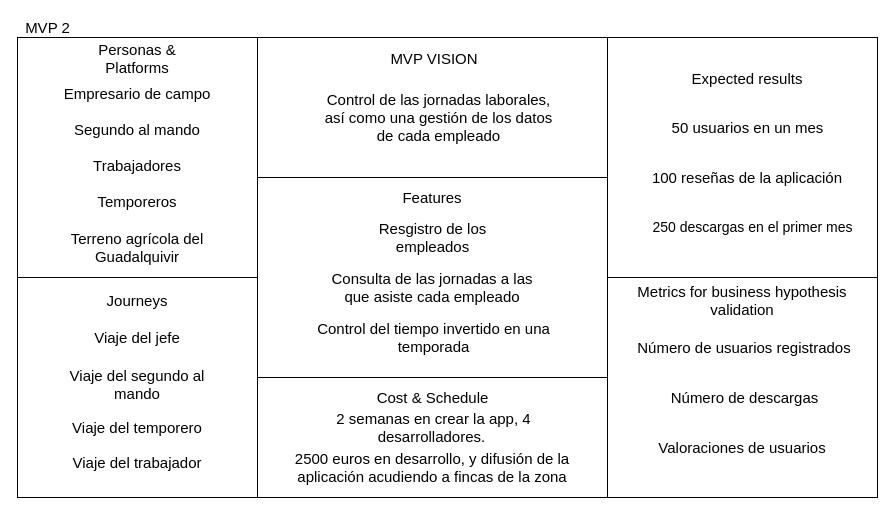
Above: Canvas MVP2.drawio in iarrans/psg1practicas (draw.io), before the change. Source tidied: cells renumbered, new cells numbered last; positions are measured from the earlier drawing's top-left corner, leaving out a move shared by most shapes. Both pictures are drawn from the tidied source at 100%, with x=0, y=0 at pixel (17, 17).
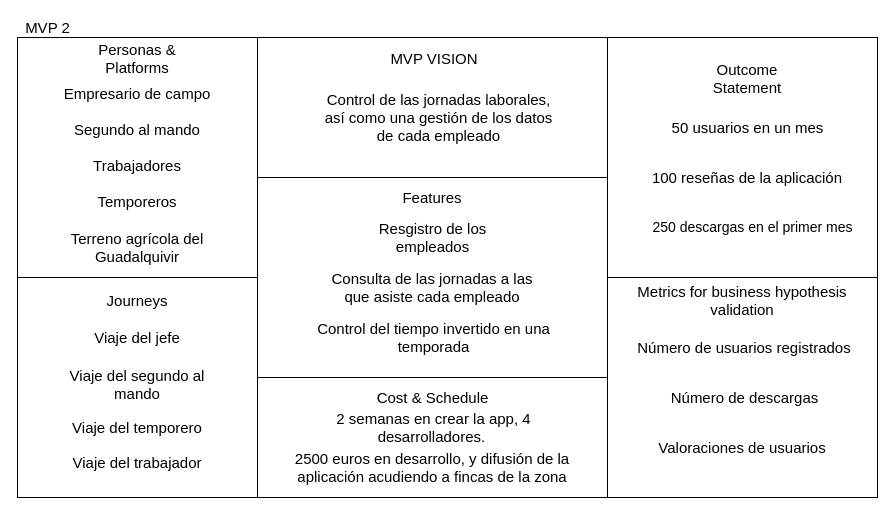
Above is the later version.

Commit message:
Revisado MVP2

Diff of the diagram source:
```diff
@@
-    <mxCell id="14" value="Expected results" style="text;html=1;strokeColor=none;fillColor=none;align=center;verticalAlign=middle;whiteSpace=wrap;rounded=0;fontSize=15;" parent="1" vertex="1">
+    <mxCell id="14" value="&lt;span&gt;Outcome Statement&lt;/span&gt;" style="text;html=1;strokeColor=none;fillColor=none;align=center;verticalAlign=middle;whiteSpace=wrap;rounded=0;fontSize=15;" parent="1" vertex="1">
       <mxGeometry x="670" y="51" width="120" height="20" as="geometry" />
     </mxCell>
```
